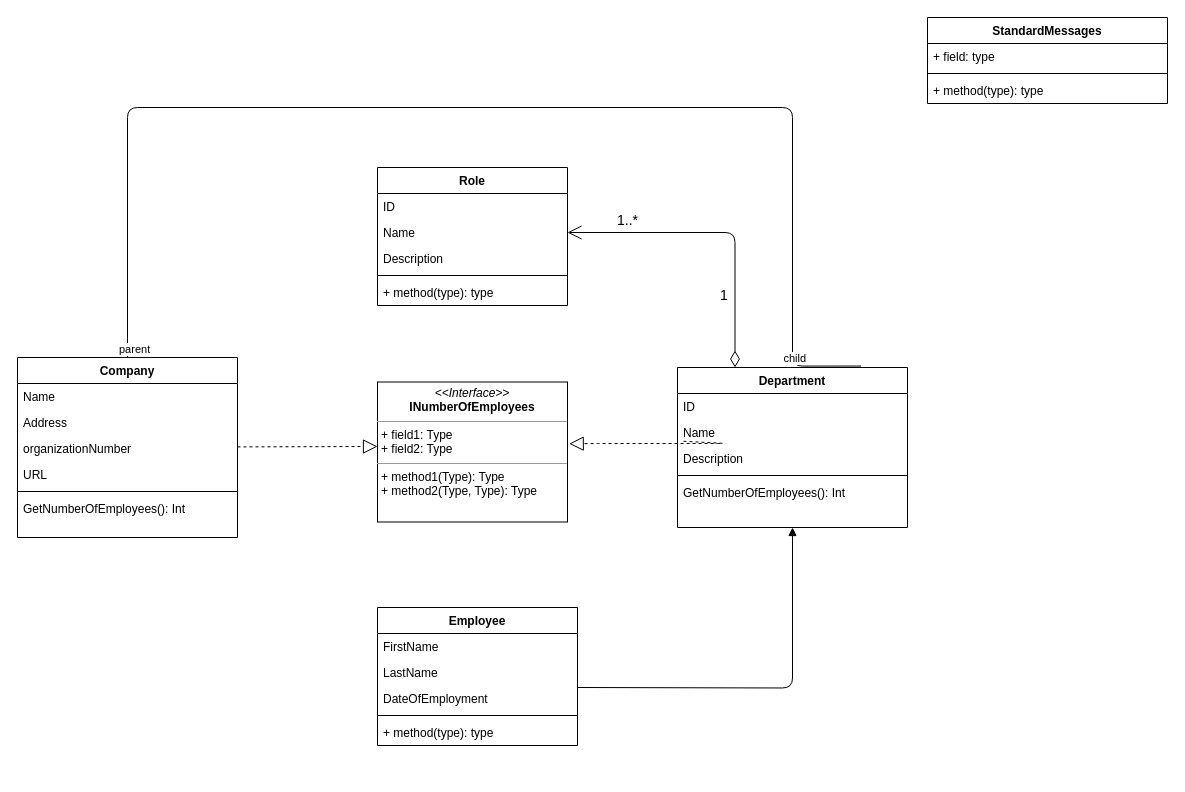
philipsinnott/gik2f7_laborationer keeps this draw.io diagram as laboration_3/DICE.drawio. Above is the earlier version. Source tidied: cells renumbered, new cells numbered last; positions are measured from the earlier drawing's top-left corner, leaving out a move shared by most shapes. Both pictures are drawn from the tidied source at 100%, with x=0, y=0 at pixel (17, 17).
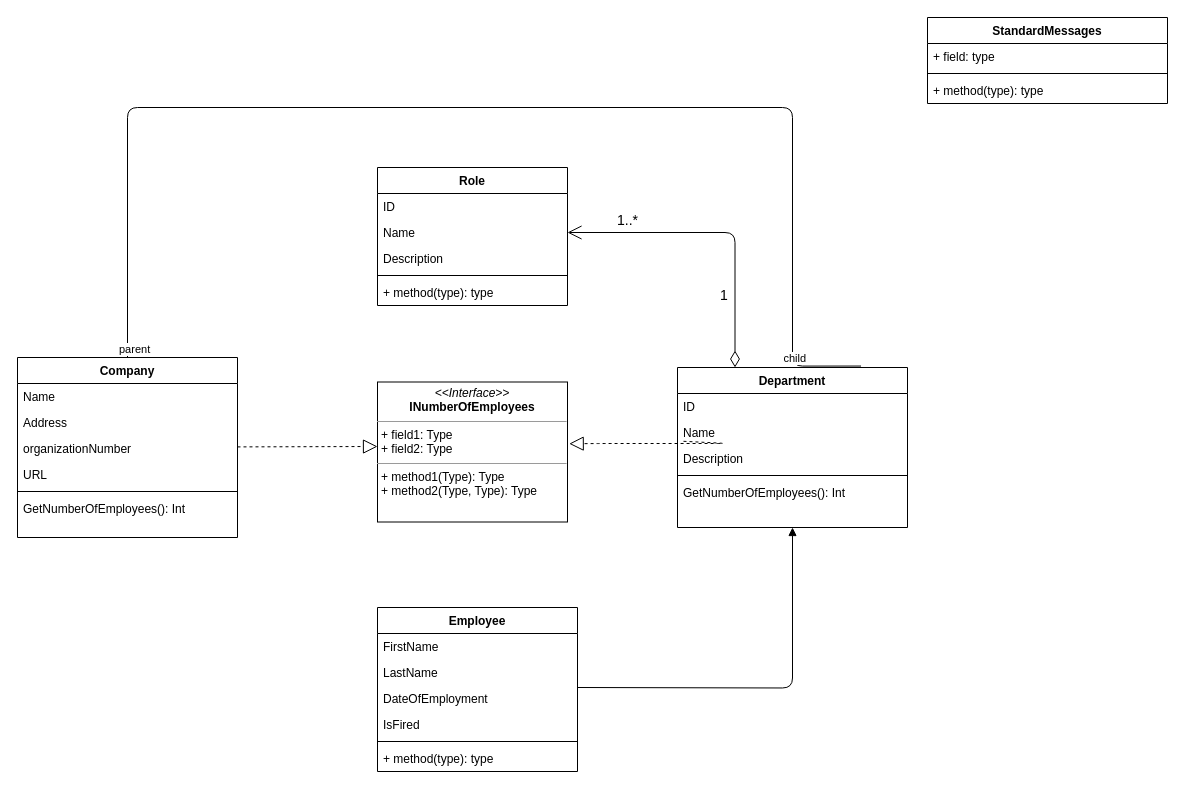
The same page after the edit.

What changed in the source:
```diff
@@
     <mxCell id="2" value="Employee" style="swimlane;fontStyle=1;align=center;verticalAlign=top;horizontal=1;startSize=26;" parent="1" vertex="1">
-      <mxGeometry x="360" y="590" width="200" height="138" as="geometry" />
+      <mxGeometry x="360" y="590" width="200" height="164" as="geometry" />
     </mxCell>
@@
+    <mxCell id="40" value="DateOfEmployment" style="text;strokeColor=none;fillColor=none;align=left;verticalAlign=top;spacingLeft=4;spacingRight=4;overflow=hidden;" parent="2" vertex="1">
+      <mxGeometry y="78" width="200" height="26" as="geometry" />
+    </mxCell>
-    <mxCell id="5" value="DateOfEmployment" style="text;strokeColor=none;fillColor=none;align=left;verticalAlign=top;spacingLeft=4;spacingRight=4;overflow=hidden;" parent="2" vertex="1">
-      <mxGeometry y="78" width="200" height="26" as="geometry" />
+    <mxCell id="5" value="IsFired" style="text;strokeColor=none;fillColor=none;align=left;verticalAlign=top;spacingLeft=4;spacingRight=4;overflow=hidden;" parent="2" vertex="1">
+      <mxGeometry y="104" width="200" height="26" as="geometry" />
     </mxCell>
     <mxCell id="6" style="line;strokeWidth=1;fillColor=none;align=left;verticalAlign=middle;spacingTop=-1;spacingLeft=3;spacingRight=3;labelPosition=right;" parent="2" vertex="1">
-      <mxGeometry y="104" width="200" height="8" as="geometry" />
+      <mxGeometry y="130" width="200" height="8" as="geometry" />
     </mxCell>
     <mxCell id="7" value="+ method(type): type" style="text;strokeColor=none;fillColor=none;align=left;verticalAlign=top;spacingLeft=4;spacingRight=4;overflow=hidden;" parent="2" vertex="1">
-      <mxGeometry y="112" width="200" height="26" as="geometry" />
+      <mxGeometry y="138" width="200" height="26" as="geometry" />
     </mxCell>
```
